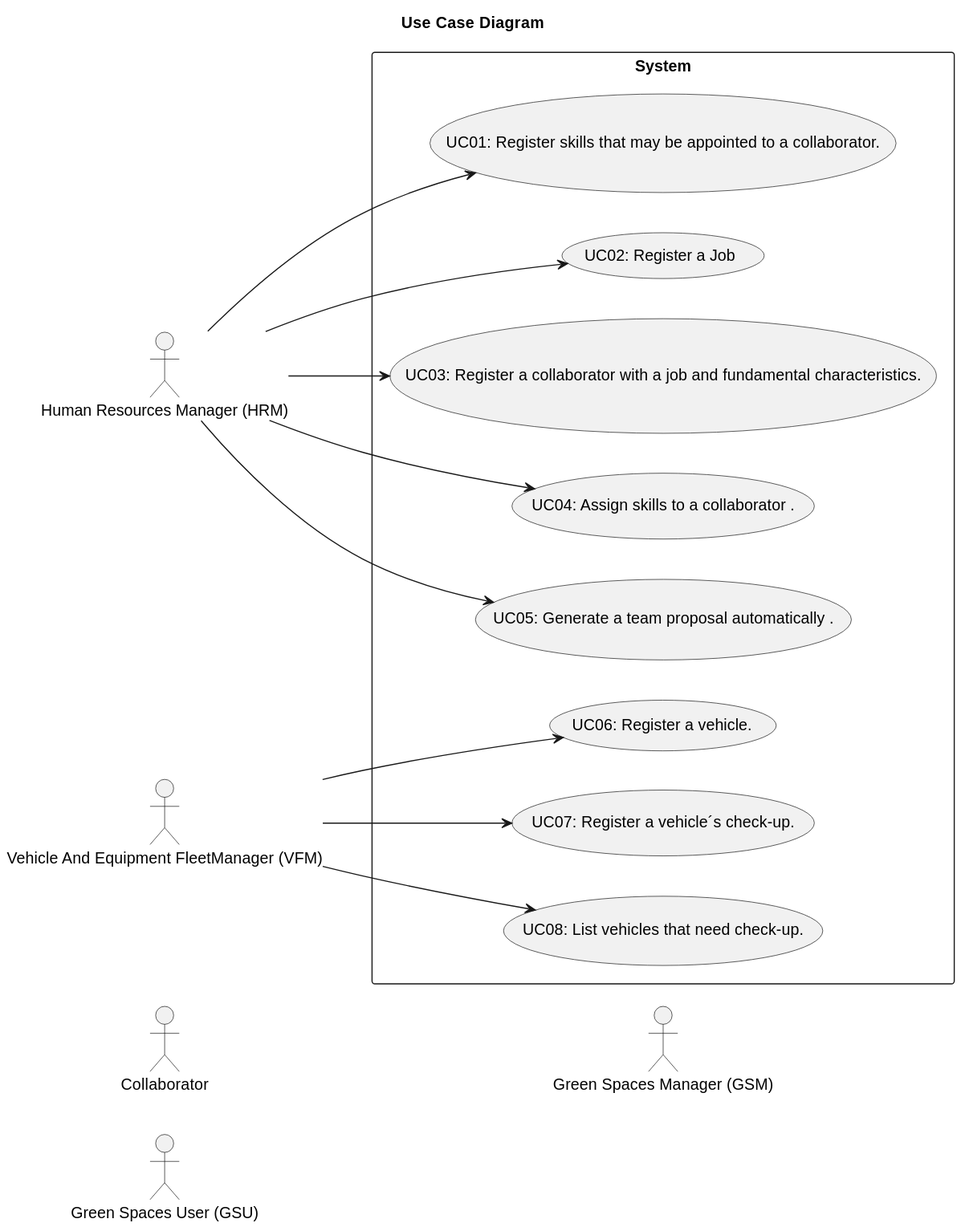
Before: docs/sprint2/global-artifacts/01.requirements-engineering/svg/use-case-diagram.svg, a diagram exported from PlantUML (Departamento-de-Engenharia-Informatica/lei-24-s2-1db-g022).
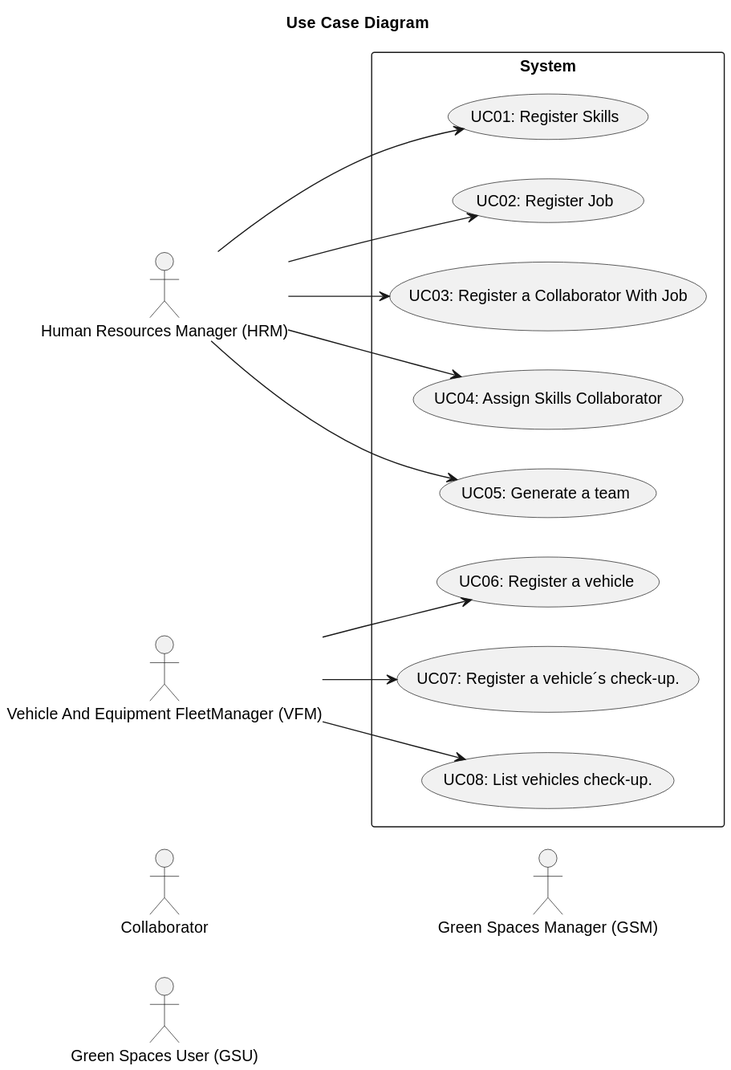
The same diagram one commit later.

Commit message:
Retification of global artefacts: -glossary; -analysis; -domain diagram.

Change to the diagram source:
```diff
@@ -12,23 +12,21 @@
     actor "Green Spaces Manager (GSM)" as GreenSpacesManager
 
 rectangle System {
-    usecase "UC01: Register skills that may be appointed to a collaborator." as UC01
+    usecase "UC01: Register Skills" as UC01
     HumanResourcesManager --> UC01
-    usecase "UC02: Register a Job" as UC02
+    usecase "UC02: Register Job" as UC02
     HumanResourcesManager --> UC02
-    usecase "UC03: Register a collaborator with a job and fundamental characteristics." as UC03
+    usecase "UC03: Register a Collaborator With Job" as UC03
     HumanResourcesManager --> UC03
-    usecase "UC04: Assign skills to a collaborator ." as UC04
+    usecase "UC04: Assign Skills Collaborator" as UC04
     HumanResourcesManager --> UC04
-    usecase "UC05: Generate a team proposal automatically ." as UC05
+    usecase "UC05: Generate a team" as UC05
     HumanResourcesManager --> UC05
-    usecase "UC06: Register a vehicle." as UC06
+    usecase "UC06: Register a vehicle" as UC06
     VehicleAndEquipmentFleetManager --> UC06
     usecase "UC07: Register a vehicle´s check-up." as UC07
     VehicleAndEquipmentFleetManager --> UC07
-    usecase "UC08: List vehicles that need check-up." as UC08
+    usecase "UC08: List vehicles check-up." as UC08
     VehicleAndEquipmentFleetManager --> UC08
-
-
 }
 @enduml
```
